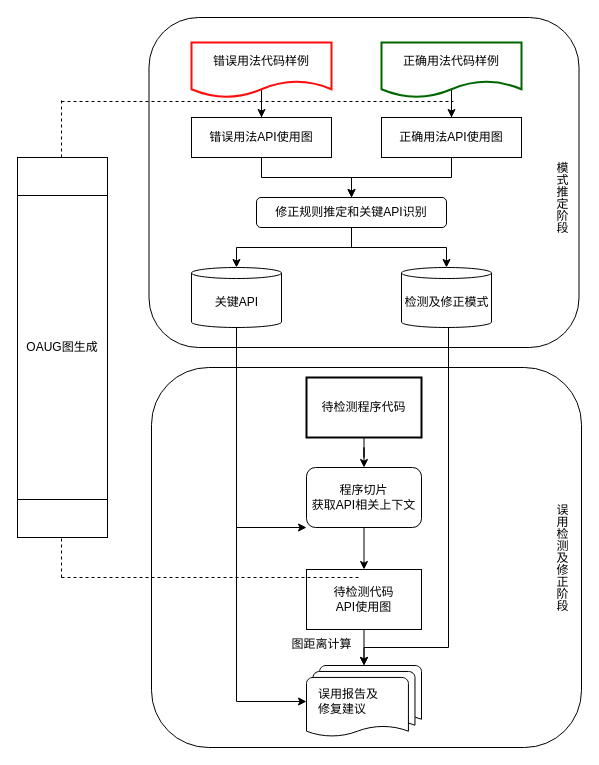
Above: 整体架构24.drawio in ToJ112/pic-md (draw.io), before the change. Source tidied: cells renumbered, new cells numbered last; positions are measured from the earlier drawing's top-left corner, leaving out a move shared by most shapes. Both pictures are drawn from the tidied source at 100%, with x=0, y=0 at pixel (17, 17).
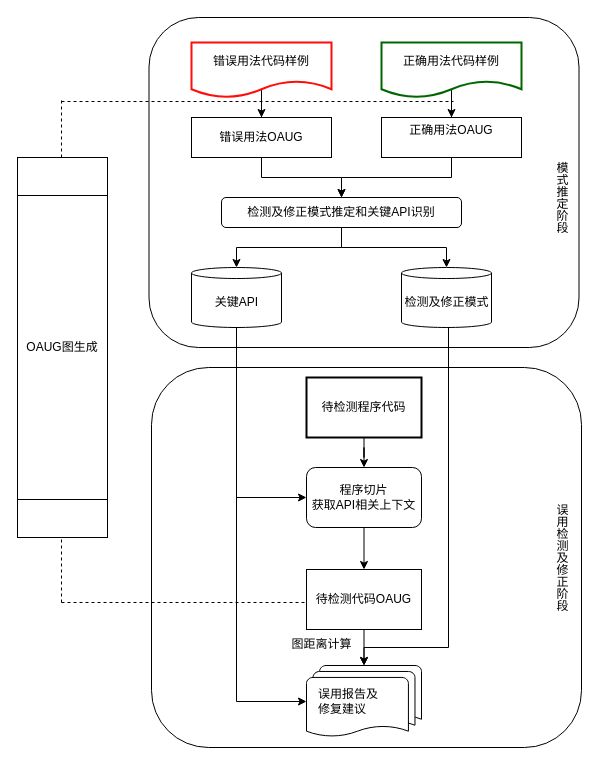
Above is the later version.

Commit message:
更新整体架构24.drawio

The change refers to these unchanged cells:
```xml
<mxCell id="17" value="程序切片&lt;div&gt;获取API相关上下文&lt;/div&gt;" style="rounded=1;whiteSpace=wrap;html=1;" parent="1" vertex="1">
  <mxGeometry x="289" y="450" width="115" height="60" as="geometry" />
</mxCell>
<mxCell id="23" style="strokeWidth=1;html=1;shape=mxgraph.flowchart.direct_data;whiteSpace=wrap;rotation=-90;" parent="22" vertex="1">
  <mxGeometry x="15" y="-15" width="60" height="90" as="geometry" />
</mxCell>
```

Diff of the diagram source:
```diff
@@
-    <mxCell id="9" value="错误用法API使用图" style="whiteSpace=wrap;html=1;" parent="1" vertex="1">
+    <mxCell id="9" value="错误用法OAUG" style="whiteSpace=wrap;html=1;" parent="1" vertex="1">
       <mxGeometry x="174" y="100" width="140" height="40" as="geometry" />
     </mxCell>
-    <mxCell id="10" value="修正规则推定和关键API识别" style="rounded=1;whiteSpace=wrap;html=1;" parent="1" vertex="1">
-      <mxGeometry x="239" y="180" width="190" height="30" as="geometry" />
+    <mxCell id="10" value="检测及修正模式推定和关键API识别" style="rounded=1;whiteSpace=wrap;html=1;" parent="1" vertex="1">
+      <mxGeometry x="204" y="180" width="240" height="30" as="geometry" />
     </mxCell>
@@
-    <mxCell id="19" value="待检测代码&lt;br&gt;API使用图" style="rounded=0;whiteSpace=wrap;html=1;" parent="1" vertex="1">
+    <mxCell id="19" value="待检测代码OAUG" style="rounded=0;whiteSpace=wrap;html=1;" parent="1" vertex="1">
       <mxGeometry x="289" y="552" width="115" height="60" as="geometry" />
     </mxCell>
@@
-    <mxCell id="21" value="正确用法API使用图" style="whiteSpace=wrap;html=1;" parent="1" vertex="1">
+    <mxCell id="21" value="正确用法OAUG&lt;div&gt;&lt;br&gt;&lt;/div&gt;" style="whiteSpace=wrap;html=1;" parent="1" vertex="1">
       <mxGeometry x="364" y="100" width="140" height="40" as="geometry" />
     </mxCell>
@@
-    <mxCell id="29" style="edgeStyle=orthogonalEdgeStyle;rounded=0;jettySize=auto;html=1;exitX=0;exitY=0.5;exitDx=0;exitDy=0;exitPerimeter=0;" parent="1" edge="1" source="23" target="17">
+    <mxCell id="29" style="edgeStyle=orthogonalEdgeStyle;rounded=0;orthogonalLoop=1;jettySize=auto;html=1;" parent="1" edge="1">
       <mxGeometry relative="1" as="geometry">
+        <mxPoint x="224" y="310" as="sourcePoint" />
+        <mxPoint x="289" y="480" as="targetPoint" />
         <Array as="points">
-          <mxPoint x="219" y="510" />
+          <mxPoint x="214" y="310" />
+          <mxPoint x="219" y="310" />
+          <mxPoint x="219" y="480" />
         </Array>
       </mxGeometry>
     </mxCell>
@@
     <mxCell id="36" style="endArrow=none;dashed=1;html=1;rounded=0;" parent="1" edge="1">
       <mxGeometry relative="1" as="geometry">
-        <mxPoint x="44" y="560" as="sourcePoint" />
-        <mxPoint x="344" y="560" as="targetPoint" />
+        <mxPoint x="44" y="585" as="sourcePoint" />
+        <mxPoint x="289" y="585" as="targetPoint" />
       </mxGeometry>
     </mxCell>
@@
     <mxCell id="39" style="endArrow=none;dashed=1;html=1;rounded=0;" parent="1" edge="1">
       <mxGeometry relative="1" as="geometry">
-        <mxPoint x="44" y="560" as="sourcePoint" />
-        <mxPoint x="44" y="400" as="targetPoint" />
+        <mxPoint x="44" y="585" as="sourcePoint" />
+        <mxPoint x="44" y="395" as="targetPoint" />
       </mxGeometry>
     </mxCell>
```
